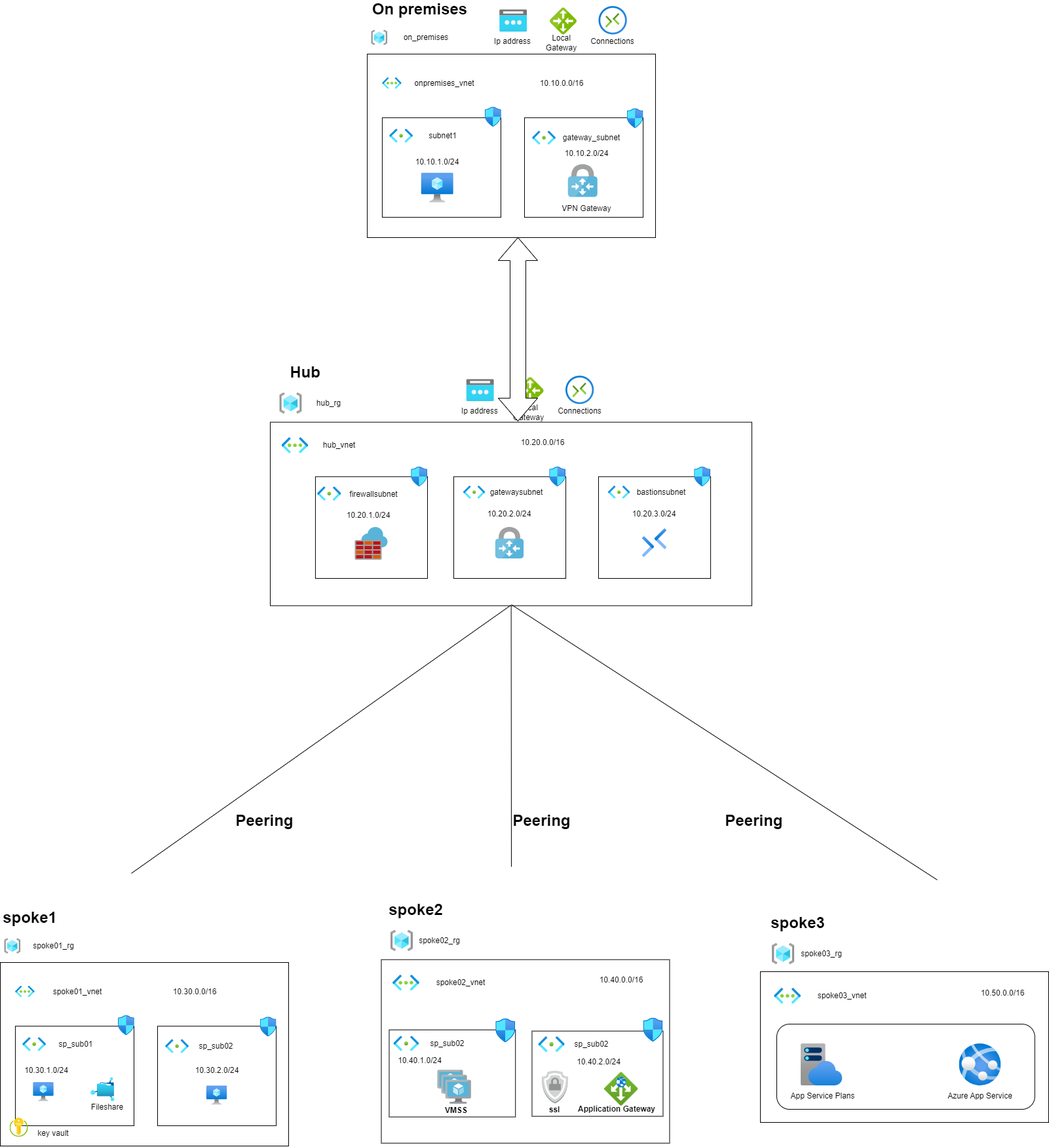
Before: pictures/overall.png, a diagram exported from draw.io (Alfareed04/Proj-01). Source tidied: cells renumbered, new cells last; positions are measured from the earlier drawing's top-left corner, leaving out a move shared by most shapes.
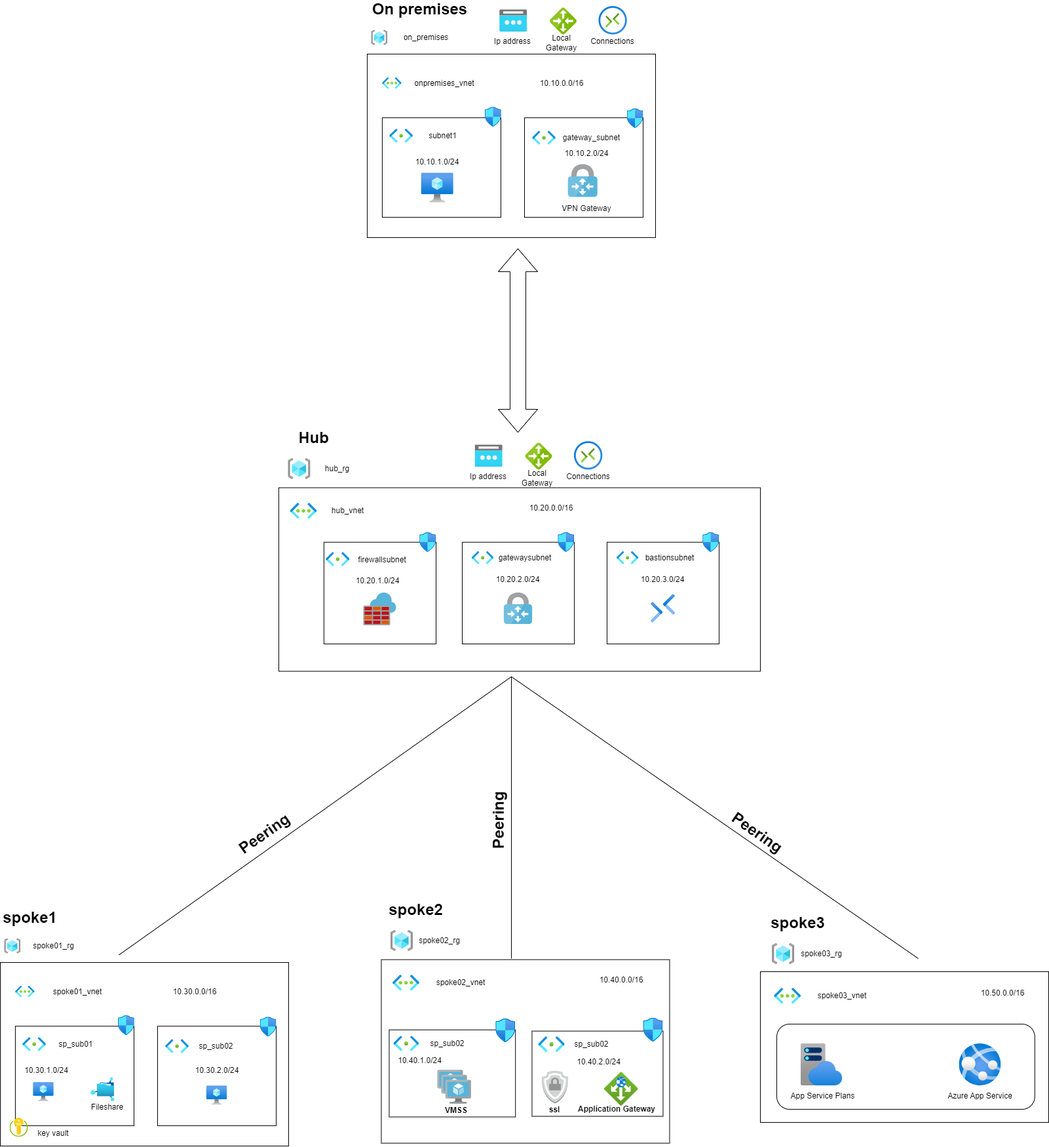
The same diagram one commit later.

The edit, as a diff of the source:
```diff
@@ -276,31 +276,55 @@
     <mxCell id="91" value="VPN Gateway" style="text;html=1;align=center;verticalAlign=middle;whiteSpace=wrap;rounded=0;" parent="65" vertex="1">
       <mxGeometry x="294.6" y="306.9" width="79.9" height="17.8" as="geometry" />
     </mxCell>
-    <mxCell id="92" style="group;" parent="1" vertex="1">
-      <mxGeometry x="412" y="550" width="735" height="371.6" as="geometry" />
-    </mxCell>
+    <mxCell id="129" style="html=1;shadow=0;dashed=0;align=center;verticalAlign=middle;shape=mxgraph.arrows2.twoWayArrow;dy=0.6;dx=35;direction=south;" parent="1" vertex="1">
+      <mxGeometry x="760" y="377" width="60" height="280" as="geometry" />
+    </mxCell>
+    <mxCell id="130" style="endArrow=none;html=1;rounded=0;fillColor=#000000;strokeColor=#000000;" parent="1" edge="1">
+      <mxGeometry relative="1" as="geometry">
+        <mxPoint x="181" y="1454.5" as="sourcePoint" />
+        <mxPoint x="780" y="1030" as="targetPoint" />
+      </mxGeometry>
+    </mxCell>
+    <mxCell id="132" style="endArrow=none;html=1;rounded=0;" parent="1" edge="1">
+      <mxGeometry relative="1" as="geometry">
+        <mxPoint x="1401" y="1460" as="sourcePoint" />
+        <mxPoint x="780" y="1030" as="targetPoint" />
+      </mxGeometry>
+    </mxCell>
+    <mxCell id="133" value="Peering" style="text;strokeColor=none;fillColor=none;html=1;fontSize=24;fontStyle=1;verticalAlign=middle;align=center;rotation=-35;" parent="1" vertex="1">
+      <mxGeometry x="353" y="1250" width="100" height="40" as="geometry" />
+    </mxCell>
+    <mxCell id="134" value="Peering" style="text;strokeColor=none;fillColor=none;html=1;fontSize=24;fontStyle=1;verticalAlign=middle;align=center;rotation=35;" parent="1" vertex="1">
+      <mxGeometry x="1105" y="1248" width="100" height="40" as="geometry" />
+    </mxCell>
+    <mxCell id="135" value="Peering" style="text;strokeColor=none;fillColor=none;html=1;fontSize=24;fontStyle=1;verticalAlign=middle;align=center;rotation=-90;" parent="1" vertex="1">
+      <mxGeometry x="710.6" y="1230" width="100" height="40" as="geometry" />
+    </mxCell>
+    <mxCell id="136" style="group;" parent="1" vertex="1">
+      <mxGeometry x="425" y="650" width="735" height="371.6" as="geometry" />
+    </mxCell>
-    <mxCell id="93" value="Hub" style="text;strokeColor=none;fillColor=none;html=1;fontSize=24;fontStyle=1;verticalAlign=middle;align=center;" parent="92" vertex="1">
+    <mxCell id="93" value="Hub" style="text;strokeColor=none;fillColor=none;html=1;fontSize=24;fontStyle=1;verticalAlign=middle;align=center;" parent="136" vertex="1">
       <mxGeometry x="8" width="90" height="32.7" as="geometry" />
     </mxCell>
-    <mxCell id="94" style="image;html=1;align=center;fontSize=12;image=img/lib/azure2/general/Resource_Groups.svg;" parent="92" vertex="1">
+    <mxCell id="94" style="image;html=1;align=center;fontSize=12;image=img/lib/azure2/general/Resource_Groups.svg;" parent="136" vertex="1">
       <mxGeometry x="14.3" y="46.7" width="34.3" height="32.3" as="geometry" />
     </mxCell>
-    <mxCell id="95" value="hub_rg" style="text;html=1;align=center;verticalAlign=middle;whiteSpace=wrap;rounded=0;" parent="92" vertex="1">
+    <mxCell id="95" value="hub_rg" style="text;html=1;align=center;verticalAlign=middle;whiteSpace=wrap;rounded=0;" parent="136" vertex="1">
       <mxGeometry x="58" y="50.6" width="63.2" height="24.5" as="geometry" />
     </mxCell>
-    <mxCell id="96" style="rounded=0;whiteSpace=wrap;html=1;" parent="92" vertex="1">
+    <mxCell id="96" style="rounded=0;whiteSpace=wrap;html=1;" parent="136" vertex="1">
       <mxGeometry y="91.6" width="735" height="280" as="geometry" />
     </mxCell>
-    <mxCell id="97" value="10.20.0.0/16" style="text;html=1;align=center;verticalAlign=middle;whiteSpace=wrap;rounded=0;fontFamily=Helvetica;fontSize=12;fontColor=default;" parent="92" vertex="1">
+    <mxCell id="97" value="10.20.0.0/16" style="text;html=1;align=center;verticalAlign=middle;whiteSpace=wrap;rounded=0;fontFamily=Helvetica;fontSize=12;fontColor=default;" parent="136" vertex="1">
       <mxGeometry x="381.2" y="111" width="70.3" height="24.6" as="geometry" />
     </mxCell>
-    <mxCell id="98" style="image;html=1;align=center;fontSize=12;image=img/lib/azure2/networking/Virtual_Networks.svg;verticalAlign=top;fontFamily=Helvetica;fontColor=default;fillColor=none;gradientColor=none;" parent="92" vertex="1">
+    <mxCell id="98" style="image;html=1;align=center;fontSize=12;image=img/lib/azure2/networking/Virtual_Networks.svg;verticalAlign=top;fontFamily=Helvetica;fontColor=default;fillColor=none;gradientColor=none;" parent="136" vertex="1">
       <mxGeometry x="17.5" y="115.1" width="41" height="24.4" as="geometry" />
     </mxCell>
-    <mxCell id="99" value="hub_vnet" style="text;html=1;align=center;verticalAlign=middle;whiteSpace=wrap;rounded=0;fontFamily=Helvetica;fontSize=12;fontColor=default;" parent="92" vertex="1">
+    <mxCell id="99" value="hub_vnet" style="text;html=1;align=center;verticalAlign=middle;whiteSpace=wrap;rounded=0;fontFamily=Helvetica;fontSize=12;fontColor=default;" parent="136" vertex="1">
       <mxGeometry x="71.5" y="115.1" width="68.5" height="24.6" as="geometry" />
     </mxCell>
-    <mxCell id="100" style="group;" parent="92" vertex="1">
+    <mxCell id="100" style="group;" parent="136" vertex="1">
       <mxGeometry x="289.5" y="21.2" width="220" height="64.1" as="geometry" />
     </mxCell>
     <mxCell id="101" style="image;html=1;align=center;fontSize=12;image=img/lib/azure2/networking/Public_IP_Addresses.svg;" parent="100" vertex="1">
@@ -321,7 +345,7 @@
     <mxCell id="106" value="Local&lt;div&gt;Gateway&lt;/div&gt;" style="text;html=1;align=center;verticalAlign=middle;whiteSpace=wrap;rounded=0;" parent="100" vertex="1">
       <mxGeometry x="73.4" y="47.1" width="63.1" height="17" as="geometry" />
     </mxCell>
-    <mxCell id="107" style="group;" parent="92" vertex="1">
+    <mxCell id="107" style="group;" parent="136" vertex="1">
       <mxGeometry x="280" y="160" width="171.1" height="170" as="geometry" />
     </mxCell>
     <mxCell id="108" style="rounded=0;whiteSpace=wrap;html=1;" parent="107" vertex="1">
@@ -342,7 +366,7 @@
     <mxCell id="113" style="image;sketch=0;html=1;align=center;fontSize=12;image=img/lib/mscae/VPN_Gateway.svg;" parent="107" vertex="1">
       <mxGeometry x="63.9" y="92" width="43.2" height="48" as="geometry" />
     </mxCell>
-    <mxCell id="114" style="group;" parent="92" vertex="1">
+    <mxCell id="114" style="group;" parent="136" vertex="1">
       <mxGeometry x="68.9" y="160" width="171.1" height="170" as="geometry" />
     </mxCell>
     <mxCell id="115" style="rounded=0;whiteSpace=wrap;html=1;" parent="114" vertex="1">
@@ -363,7 +387,7 @@
     <mxCell id="120" value="10.20.1.0/24" style="text;html=1;align=center;verticalAlign=middle;whiteSpace=wrap;rounded=0;fontFamily=Helvetica;fontSize=12;fontColor=default;" parent="114" vertex="1">
       <mxGeometry x="46.6" y="62.2" width="70.3" height="24.6" as="geometry" />
     </mxCell>
-    <mxCell id="121" style="group;" parent="92" vertex="1">
+    <mxCell id="121" style="group;" parent="136" vertex="1">
       <mxGeometry x="501" y="160" width="171.1" height="170" as="geometry" />
     </mxCell>
     <mxCell id="122" style="group;" parent="121" vertex="1">
@@ -387,34 +411,11 @@
     <mxCell id="128" style="image;html=1;align=center;fontSize=12;image=img/lib/azure2/networking/Bastions.svg;" parent="122" vertex="1">
       <mxGeometry x="66.8" y="94" width="37.5" height="44" as="geometry" />
     </mxCell>
-    <mxCell id="129" style="html=1;shadow=0;dashed=0;align=center;verticalAlign=middle;shape=mxgraph.arrows2.twoWayArrow;dy=0.6;dx=35;direction=south;" parent="1" vertex="1">
-      <mxGeometry x="760" y="360" width="60" height="280" as="geometry" />
-    </mxCell>
-    <mxCell id="130" style="endArrow=none;html=1;rounded=0;fillColor=#000000;strokeColor=#000000;" parent="1" edge="1">
-      <mxGeometry relative="1" as="geometry">
-        <mxPoint x="200" y="1330" as="sourcePoint" />
-        <mxPoint x="779" y="921" as="targetPoint" />
-      </mxGeometry>
-    </mxCell>
-    <mxCell id="131" style="endArrow=none;html=1;rounded=0;" parent="1" edge="1" target="96">
-      <mxGeometry relative="1" as="geometry">
-        <mxPoint x="780" y="1320" as="sourcePoint" />
-      </mxGeometry>
-    </mxCell>
-    <mxCell id="132" style="endArrow=none;html=1;rounded=0;" parent="1" edge="1">
-      <mxGeometry relative="1" as="geometry">
-        <mxPoint x="1430" y="1340" as="sourcePoint" />
-        <mxPoint x="780" y="920" as="targetPoint" />
-      </mxGeometry>
-    </mxCell>
-    <mxCell id="133" value="Peering" style="text;strokeColor=none;fillColor=none;html=1;fontSize=24;fontStyle=1;verticalAlign=middle;align=center;" parent="1" vertex="1">
-      <mxGeometry x="353" y="1230" width="100" height="40" as="geometry" />
-    </mxCell>
-    <mxCell id="134" value="Peering" style="text;strokeColor=none;fillColor=none;html=1;fontSize=24;fontStyle=1;verticalAlign=middle;align=center;" parent="1" vertex="1">
-      <mxGeometry x="1100" y="1230" width="100" height="40" as="geometry" />
-    </mxCell>
-    <mxCell id="135" value="Peering" style="text;strokeColor=none;fillColor=none;html=1;fontSize=24;fontStyle=1;verticalAlign=middle;align=center;" parent="1" vertex="1">
-      <mxGeometry x="775.6" y="1230" width="100" height="40" as="geometry" />
-    </mxCell>
+    <mxCell id="137" style="endArrow=none;html=1;rounded=0;" parent="1" edge="1">
+      <mxGeometry relative="1" as="geometry">
+        <mxPoint x="780" y="1460" as="sourcePoint" />
+        <mxPoint x="780" y="1030" as="targetPoint" />
+      </mxGeometry>
+    </mxCell>
   </root>
 </mxGraphModel>
```
